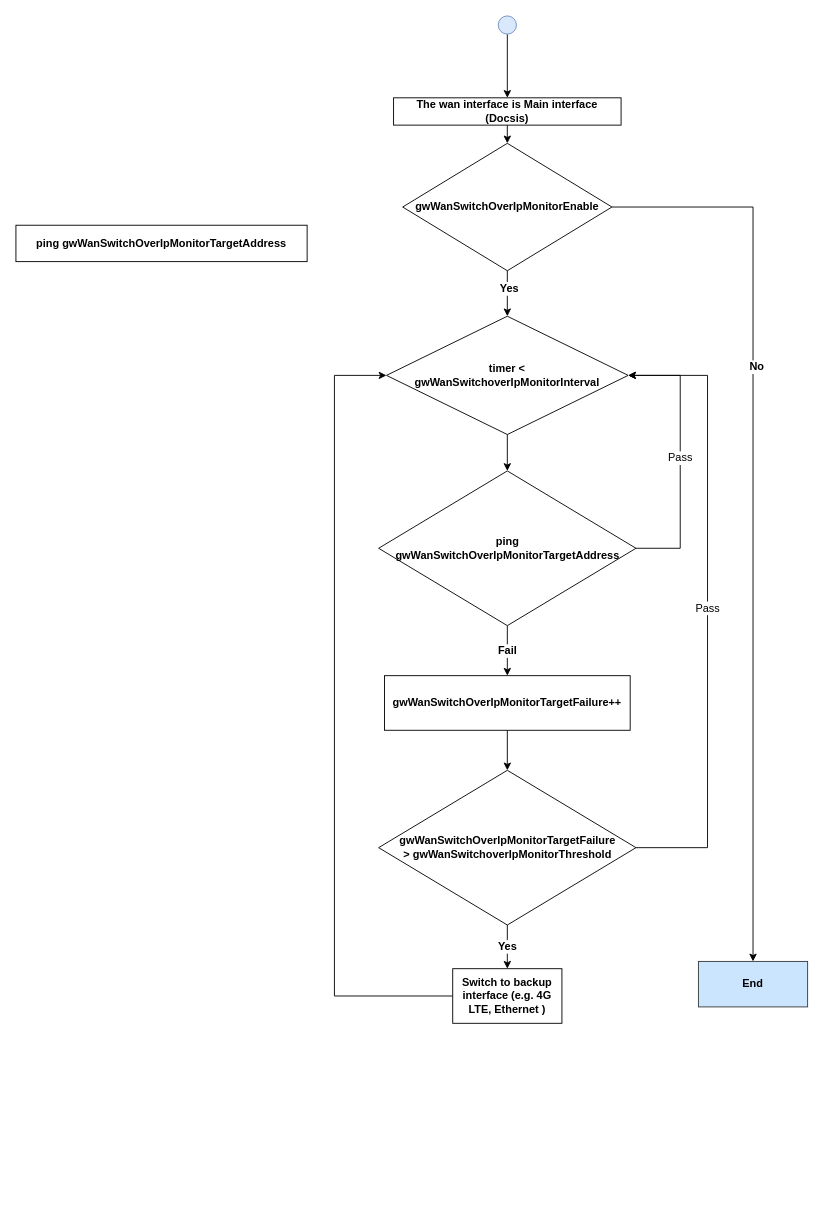
The draw.io diagram Puma7.drawio in nelsonchung/drawio, before the edit. Source tidied: cells renumbered, new cells numbered last; positions are measured from the earlier drawing's top-left corner, leaving out a move shared by most shapes. Both pictures are drawn from the tidied source at 91%, with x=0, y=0 at pixel (15, 15).
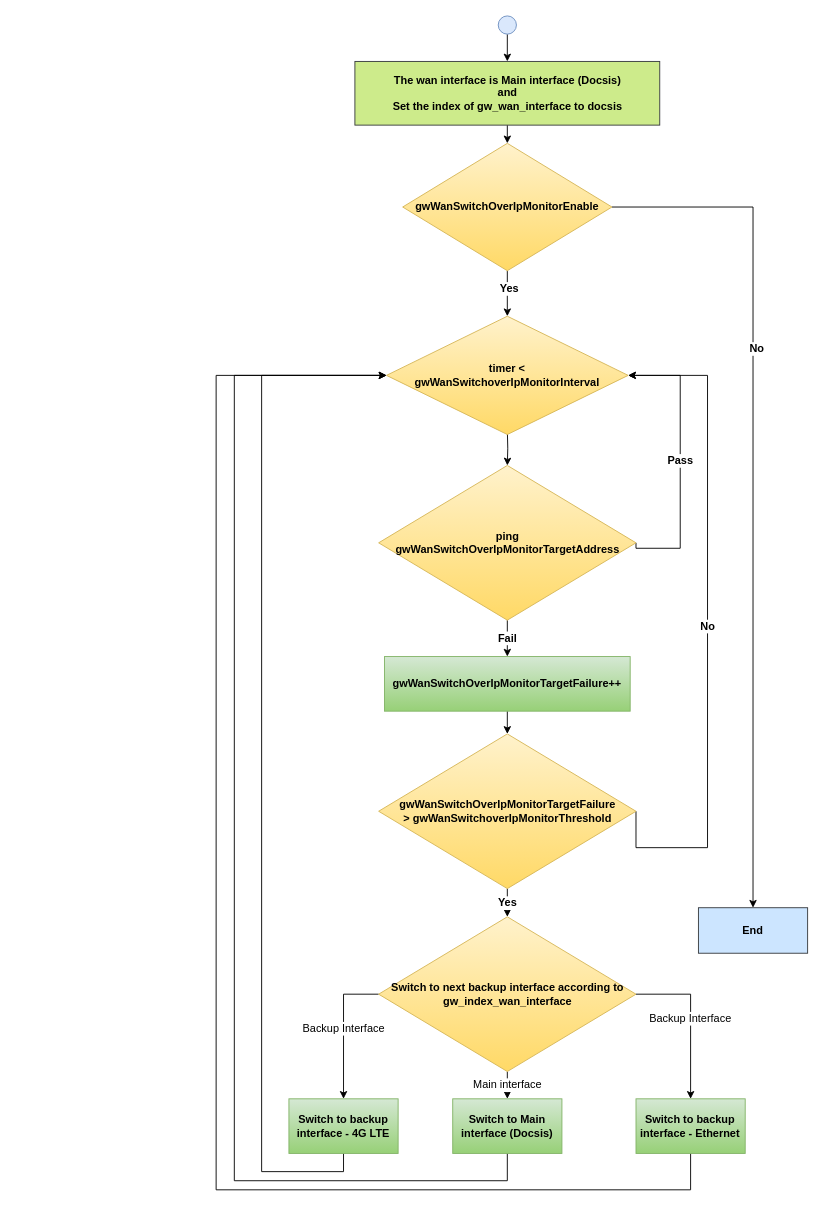
After the change.

Change to the diagram source:
```diff
@@
-    <mxCell id="8" value="gwWanSwitchOverIpMonitorEnable" style="rhombus;whiteSpace=wrap;html=1;fontSize=12;fontStyle=1;" parent="1" vertex="1">
+    <mxCell id="8" value="gwWanSwitchOverIpMonitorEnable" style="rhombus;whiteSpace=wrap;html=1;fontSize=12;fontStyle=1;gradientColor=#ffd966;fillColor=#fff2cc;strokeColor=#d6b656;" parent="1" vertex="1">
       <mxGeometry x="425" y="140" width="230" height="140" as="geometry" />
     </mxCell>
     <mxCell id="9" value="End" style="rounded=0;whiteSpace=wrap;html=1;fillColor=#cce5ff;strokeColor=#36393d;fontSize=12;fontStyle=1;" parent="1" vertex="1">
-      <mxGeometry x="750" y="1039" width="120" height="50" as="geometry" />
+      <mxGeometry x="750" y="980" width="120" height="50" as="geometry" />
     </mxCell>
-    <mxCell id="10" style="edgeStyle=orthogonalEdgeStyle;rounded=0;jettySize=auto;html=1;exitX=0.5;exitY=1;exitDx=0;exitDy=0;entryX=0.5;entryY=0;entryDx=0;entryDy=0;fontSize=12;fontStyle=1;" parent="1" edge="1" source="11" target="17">
-      <mxGeometry relative="1" as="geometry" />
+    <mxCell id="10" style="edgeStyle=orthogonalEdgeStyle;rounded=0;jettySize=auto;html=1;exitX=0.5;exitY=1;exitDx=0;exitDy=0;entryX=0.5;entryY=0;entryDx=0;entryDy=0;fontSize=12;fontStyle=1;" parent="1" edge="1" target="17">
+      <mxGeometry relative="1" as="geometry">
+        <mxPoint x="540" y="454" as="sourcePoint" />
+      </mxGeometry>
     </mxCell>
-    <mxCell id="11" value="timer &amp;lt;&lt;br style=&quot;font-size: 12px;&quot;&gt;gwWanSwitchoverIpMonitorInterval" style="rhombus;whiteSpace=wrap;html=1;fontSize=12;fontStyle=1;" parent="1" vertex="1">
+    <mxCell id="11" value="timer &amp;lt;&lt;br style=&quot;font-size: 12px;&quot;&gt;gwWanSwitchoverIpMonitorInterval" style="rhombus;whiteSpace=wrap;html=1;fontSize=12;fontStyle=1;gradientColor=#ffd966;fillColor=#fff2cc;strokeColor=#d6b656;" parent="1" vertex="1">
       <mxGeometry x="407.2" y="330" width="265.6" height="130" as="geometry" />
     </mxCell>
-    <mxCell id="12" value="ping gwWanSwitchOverIpMonitorTargetAddress" style="rounded=0;whiteSpace=wrap;html=1;fontSize=12;fontStyle=1;" parent="1" vertex="1">
-      <mxGeometry y="230" width="320" height="40" as="geometry" />
-    </mxCell>
@@
-    <mxCell id="14" value="The wan interface is Main interface (Docsis)" style="rounded=0;whiteSpace=wrap;html=1;fontSize=12;fontStyle=1;" parent="1" vertex="1">
-      <mxGeometry x="415" y="90" width="250" height="30" as="geometry" />
+    <mxCell id="14" value="The wan interface is Main interface (Docsis)&lt;br&gt;and&lt;br&gt;Set the index of gw_wan_interface to docsis" style="rounded=0;whiteSpace=wrap;html=1;fontSize=12;fontStyle=1;fillColor=#cdeb8b;strokeColor=#36393d;" parent="1" vertex="1">
+      <mxGeometry x="372.5" y="50" width="335" height="70" as="geometry" />
     </mxCell>
@@
-    <mxCell id="16" value="Pass" style="edgeStyle=orthogonalEdgeStyle;rounded=0;jettySize=auto;html=1;exitX=1;exitY=0.5;exitDx=0;exitDy=0;entryX=1;entryY=0.5;entryDx=0;entryDy=0;fontSize=12;" parent="1" edge="1" source="17" target="11">
+    <mxCell id="16" value="Pass" style="edgeStyle=orthogonalEdgeStyle;rounded=0;jettySize=auto;html=1;exitX=1;exitY=0.5;exitDx=0;exitDy=0;entryX=1;entryY=0.5;entryDx=0;entryDy=0;fontSize=12;fontStyle=1;" parent="1" edge="1" source="17" target="11">
       <mxGeometry relative="1" as="geometry">
         <Array as="points">
           <mxPoint x="730" y="585" />
           <mxPoint x="730" y="395" />
         </Array>
       </mxGeometry>
     </mxCell>
-    <mxCell id="17" value="ping &lt;br style=&quot;font-size: 12px;&quot;&gt;gwWanSwitchOverIpMonitorTargetAddress" style="rhombus;whiteSpace=wrap;html=1;horizontal=1;verticalAlign=middle;fontSize=12;fontStyle=1;" parent="1" vertex="1">
-      <mxGeometry x="398.6" y="500" width="282.8" height="170" as="geometry" />
+    <mxCell id="17" value="ping &lt;br style=&quot;font-size: 12px;&quot;&gt;gwWanSwitchOverIpMonitorTargetAddress" style="rhombus;whiteSpace=wrap;html=1;horizontal=1;verticalAlign=middle;fontSize=12;fontStyle=1;gradientColor=#ffd966;fillColor=#fff2cc;strokeColor=#d6b656;" parent="1" vertex="1">
+      <mxGeometry x="398.6" y="494" width="282.8" height="170" as="geometry" />
     </mxCell>
-    <mxCell id="18" style="edgeStyle=orthogonalEdgeStyle;rounded=0;jettySize=auto;html=1;exitX=0;exitY=0.5;exitDx=0;exitDy=0;entryX=0;entryY=0.5;entryDx=0;entryDy=0;fontSize=12;fontStyle=1;" parent="1" edge="1" source="19" target="11">
+    <mxCell id="18" style="edgeStyle=orthogonalEdgeStyle;rounded=0;jettySize=auto;html=1;exitX=0.5;exitY=1;exitDx=0;exitDy=0;entryX=0;entryY=0.5;entryDx=0;entryDy=0;fontSize=12;" parent="1" edge="1" source="19" target="11">
       <mxGeometry relative="1" as="geometry">
         <Array as="points">
-          <mxPoint x="350" y="1077" />
-          <mxPoint x="350" y="395" />
+          <mxPoint x="360" y="1270" />
+          <mxPoint x="270" y="1270" />
+          <mxPoint x="270" y="395" />
         </Array>
       </mxGeometry>
     </mxCell>
-    <mxCell id="19" value="Switch to backup interface (e.g. 4G LTE, Ethernet )" style="rounded=0;whiteSpace=wrap;html=1;fontSize=12;fontStyle=1;" parent="1" vertex="1">
-      <mxGeometry x="480" y="1047" width="120" height="60" as="geometry" />
+    <mxCell id="19" value="Switch to backup interface - 4G LTE" style="rounded=0;whiteSpace=wrap;html=1;fontSize=12;fontStyle=1;gradientColor=#97d077;fillColor=#d5e8d4;strokeColor=#82b366;" parent="1" vertex="1">
+      <mxGeometry x="300" y="1190" width="120" height="60" as="geometry" />
     </mxCell>
@@
-    <mxCell id="21" value="gwWanSwitchOverIpMonitorTargetFailure++" style="rounded=0;whiteSpace=wrap;html=1;fontSize=12;fontStyle=1;" parent="1" vertex="1">
-      <mxGeometry x="405" y="725" width="270" height="60" as="geometry" />
+    <mxCell id="21" value="gwWanSwitchOverIpMonitorTargetFailure++" style="rounded=0;whiteSpace=wrap;html=1;fontSize=12;fontStyle=1;gradientColor=#97d077;fillColor=#d5e8d4;strokeColor=#82b366;" parent="1" vertex="1">
+      <mxGeometry x="405" y="704" width="270" height="60" as="geometry" />
     </mxCell>
-    <mxCell id="22" value="Yes" style="edgeStyle=orthogonalEdgeStyle;rounded=0;jettySize=auto;html=1;exitX=0.5;exitY=1;exitDx=0;exitDy=0;entryX=0.5;entryY=0;entryDx=0;entryDy=0;fontSize=12;fontStyle=1;" parent="1" edge="1" source="24" target="19">
+    <mxCell id="22" value="Yes" style="edgeStyle=orthogonalEdgeStyle;rounded=0;jettySize=auto;html=1;exitX=0.5;exitY=1;exitDx=0;exitDy=0;fontSize=12;fontStyle=1;entryX=0.5;entryY=0;entryDx=0;entryDy=0;" parent="1" edge="1" source="24" target="28">
       <mxGeometry relative="1" as="geometry" />
     </mxCell>
-    <mxCell id="23" value="Pass" style="edgeStyle=orthogonalEdgeStyle;rounded=0;jettySize=auto;html=1;exitX=1;exitY=0.5;exitDx=0;exitDy=0;entryX=1;entryY=0.5;entryDx=0;entryDy=0;fontSize=12;" parent="1" edge="1" source="24" target="11">
+    <mxCell id="23" value="No" style="edgeStyle=orthogonalEdgeStyle;rounded=0;jettySize=auto;html=1;exitX=1;exitY=0.5;exitDx=0;exitDy=0;entryX=1;entryY=0.5;entryDx=0;entryDy=0;fontSize=12;fontStyle=1;" parent="1" edge="1" source="24" target="11">
       <mxGeometry relative="1" as="geometry">
         <Array as="points">
           <mxPoint x="760" y="914" />
           <mxPoint x="760" y="395" />
         </Array>
       </mxGeometry>
     </mxCell>
-    <mxCell id="24" value="gwWanSwitchOverIpMonitorTargetFailure &amp;gt;&amp;nbsp;gwWanSwitchoverIpMonitorThreshold" style="rhombus;whiteSpace=wrap;html=1;horizontal=1;verticalAlign=middle;fontSize=12;fontStyle=1;" parent="1" vertex="1">
-      <mxGeometry x="398.6" y="829" width="282.8" height="170" as="geometry" />
+    <mxCell id="24" value="gwWanSwitchOverIpMonitorTargetFailure &amp;gt;&amp;nbsp;gwWanSwitchoverIpMonitorThreshold" style="rhombus;whiteSpace=wrap;html=1;horizontal=1;verticalAlign=middle;fontSize=12;fontStyle=1;gradientColor=#ffd966;fillColor=#fff2cc;strokeColor=#d6b656;" parent="1" vertex="1">
+      <mxGeometry x="398.6" y="789" width="282.8" height="170" as="geometry" />
     </mxCell>
+    <mxCell id="25" value="Backup Interface" style="edgeStyle=orthogonalEdgeStyle;rounded=0;jettySize=auto;html=1;exitX=0;exitY=0.5;exitDx=0;exitDy=0;entryX=0.5;entryY=0;entryDx=0;entryDy=0;fontSize=12;" parent="1" edge="1" source="28" target="19">
+      <mxGeometry relative="1" as="geometry" />
+    </mxCell>
+    <mxCell id="26" value="Main interface" style="edgeStyle=orthogonalEdgeStyle;rounded=0;jettySize=auto;html=1;exitX=0.5;exitY=1;exitDx=0;exitDy=0;entryX=0.5;entryY=0;entryDx=0;entryDy=0;fontSize=12;" parent="1" edge="1" source="28" target="30">
+      <mxGeometry relative="1" as="geometry" />
+    </mxCell>
+    <mxCell id="27" value="Backup Interface" style="edgeStyle=orthogonalEdgeStyle;rounded=0;jettySize=auto;html=1;exitX=1;exitY=0.5;exitDx=0;exitDy=0;entryX=0.5;entryY=0;entryDx=0;entryDy=0;fontSize=12;" parent="1" edge="1" source="28" target="32">
+      <mxGeometry relative="1" as="geometry" />
+    </mxCell>
+    <mxCell id="28" value="Switch to next backup interface according to gw_index_wan_interface" style="rhombus;whiteSpace=wrap;html=1;horizontal=1;verticalAlign=middle;fontSize=12;fontStyle=1;gradientColor=#ffd966;fillColor=#fff2cc;strokeColor=#d6b656;" parent="1" vertex="1">
+      <mxGeometry x="398.6" y="990" width="282.8" height="170" as="geometry" />
+    </mxCell>
+    <mxCell id="29" style="edgeStyle=orthogonalEdgeStyle;rounded=0;jettySize=auto;html=1;exitX=0.5;exitY=1;exitDx=0;exitDy=0;fontSize=12;entryX=0;entryY=0.5;entryDx=0;entryDy=0;" parent="1" edge="1" source="30" target="11">
+      <mxGeometry relative="1" as="geometry">
+        <Array as="points">
+          <mxPoint x="540" y="1280" />
+          <mxPoint x="240" y="1280" />
+          <mxPoint x="240" y="395" />
+        </Array>
+      </mxGeometry>
+    </mxCell>
+    <mxCell id="30" value="Switch to Main interface (Docsis)" style="rounded=0;whiteSpace=wrap;html=1;fontSize=12;fontStyle=1;gradientColor=#97d077;fillColor=#d5e8d4;strokeColor=#82b366;" parent="1" vertex="1">
+      <mxGeometry x="480" y="1190" width="120" height="60" as="geometry" />
+    </mxCell>
+    <mxCell id="31" style="edgeStyle=orthogonalEdgeStyle;rounded=0;jettySize=auto;html=1;exitX=0.5;exitY=1;exitDx=0;exitDy=0;entryX=0;entryY=0.5;entryDx=0;entryDy=0;fontSize=12;" parent="1" edge="1" source="32" target="11">
+      <mxGeometry relative="1" as="geometry">
+        <Array as="points">
+          <mxPoint x="741" y="1290" />
+          <mxPoint x="220" y="1290" />
+          <mxPoint x="220" y="395" />
+        </Array>
+      </mxGeometry>
+    </mxCell>
+    <mxCell id="32" value="Switch to backup interface - Ethernet" style="rounded=0;whiteSpace=wrap;html=1;fontSize=12;fontStyle=1;gradientColor=#97d077;fillColor=#d5e8d4;strokeColor=#82b366;" parent="1" vertex="1">
+      <mxGeometry x="681.4" y="1190" width="120" height="60" as="geometry" />
+    </mxCell>
```
